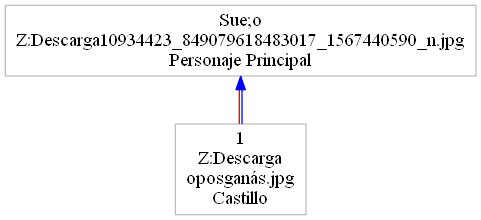
Earlier version of the Graphviz export objetos.png (ErickTejaxun/Practica1s22015_201213050). Its source is kept beside it as objetos.dot.
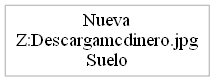
Later version of the same file.

What changed in the source:
```diff
@@ -1,7 +1,5 @@
 digraph ColaAtencion {node [dir=both,shape=polygon, fontcolor="Black", height=0.5, color="Grey"]edge [color="blue", color="blue:red"]rankdir=BT
-"1
-Z:\Descarga\noposganás.jpg
-Castillo"-> "Sue;o
-Z:\Descarga\10934423_849079618483017_1567440590_n.jpg
-Personaje Principal"
+"Nueva
+Z:\Descarga\mcdinero.jpg
+Suelo"
 }
```
